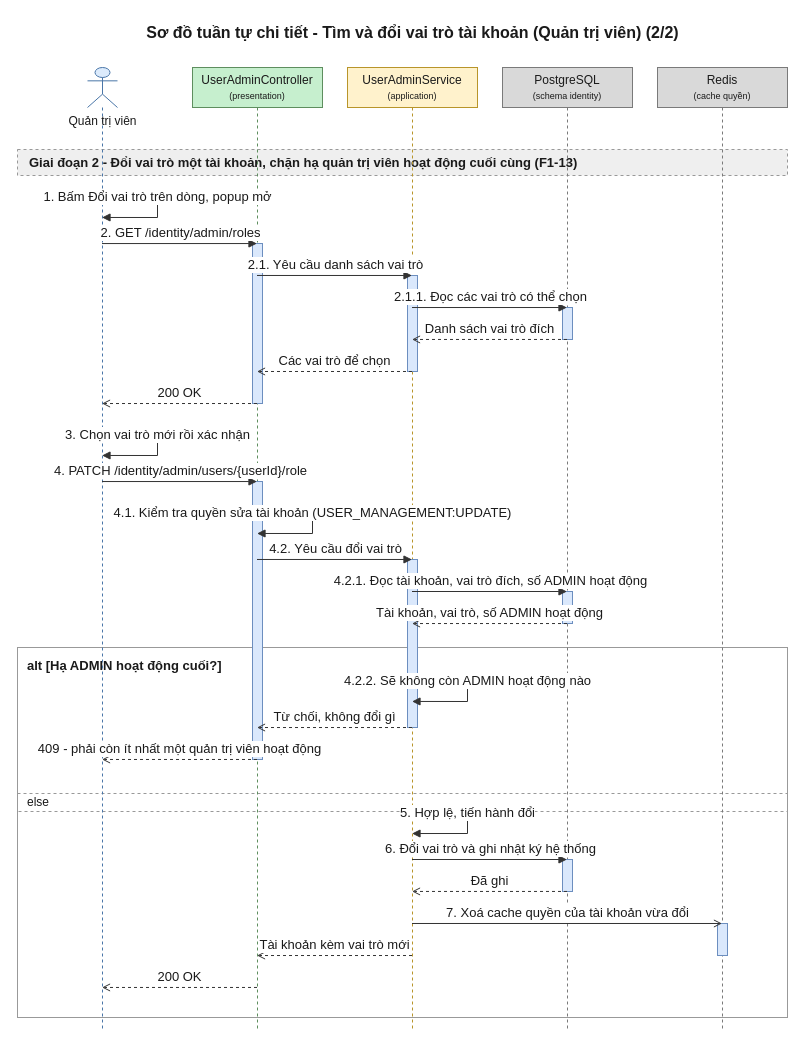
Before: 08-diagram/sequence/admin/sequence_admin_doi_vai_tro_nguoi_dung_p2.drawio in daiphu1801/PRJ_ALGOPREP, a draw.io diagram. Source tidied: cells renumbered, new cells numbered last; positions are measured from the earlier drawing's top-left corner, leaving out a move shared by most shapes. Both pictures are drawn from the tidied source at 100%, with x=0, y=0 at pixel (17, 17).
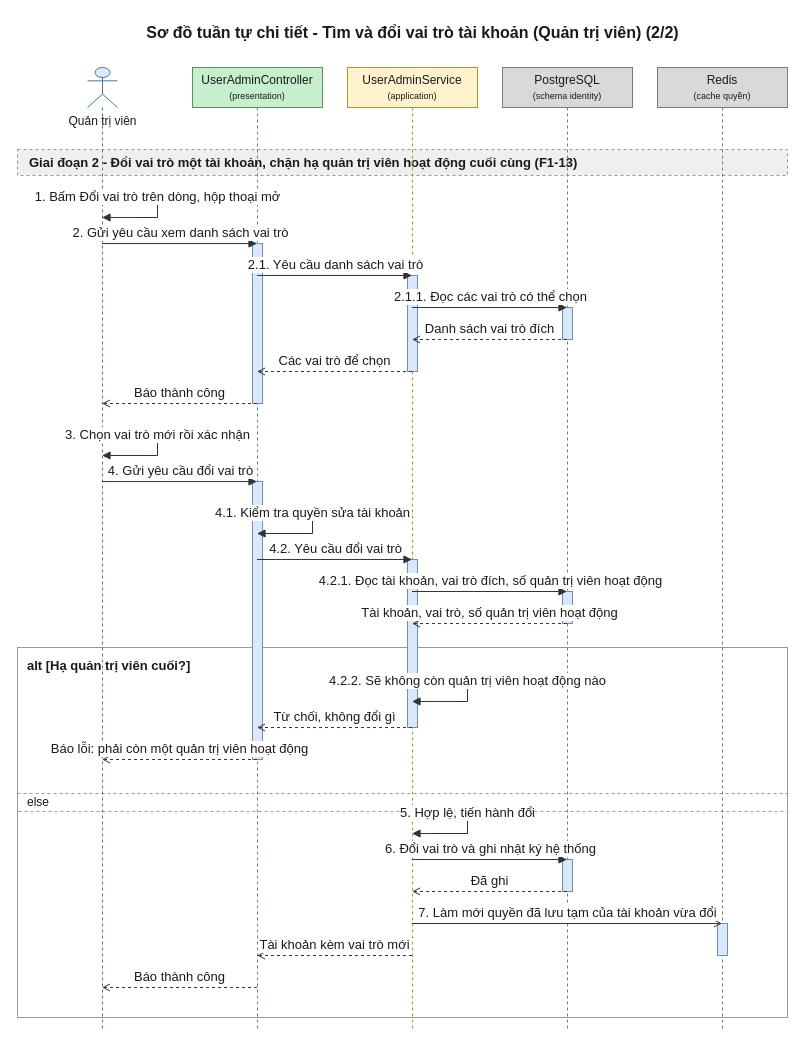
Above is the later version.

Unchanged cells that the change refers to:
```xml
<mxCell id="6" value="Quản trị viên" style="shape=umlLifeline;participant=umlActor;perimeter=lifelinePerimeter;html=1;outlineConnect=0;size=40;verticalAlign=top;spacingTop=40;fillColor=#DCEBFC;strokeColor=#4A76A8;fontColor=#1A1A1A;" parent="1" vertex="1">
  <mxGeometry x="70" y="50" width="30" height="962" as="geometry" />
</mxCell>
<mxCell id="7" value="UserAdminController&lt;br&gt;&lt;font style=&quot;font-size:9px&quot;&gt;(presentation)&lt;/font&gt;" style="shape=umlLifeline;perimeter=lifelinePerimeter;whiteSpace=wrap;html=1;outlineConnect=0;size=40;fillColor=#C6EFCE;strokeColor=#5E8E5E;fontColor=#1A1A1A;" parent="1" vertex="1">
  <mxGeometry x="175" y="50" width="130" height="962" as="geometry" />
</mxCell>
<mxCell id="8" value="UserAdminService&lt;br&gt;&lt;font style=&quot;font-size:9px&quot;&gt;(application)&lt;/font&gt;" style="shape=umlLifeline;perimeter=lifelinePerimeter;whiteSpace=wrap;html=1;outlineConnect=0;size=40;fillColor=#FFF2CC;strokeColor=#B8952A;fontColor=#1A1A1A;" parent="1" vertex="1">
  <mxGeometry x="330" y="50" width="130" height="962" as="geometry" />
</mxCell>
<mxCell id="9" value="PostgreSQL&lt;br&gt;&lt;font style=&quot;font-size:9px&quot;&gt;(schema identity)&lt;/font&gt;" style="shape=umlLifeline;perimeter=lifelinePerimeter;whiteSpace=wrap;html=1;outlineConnect=0;size=40;fillColor=#D9D9D9;strokeColor=#7A7A7A;fontColor=#1A1A1A;" parent="1" vertex="1">
  <mxGeometry x="485" y="50" width="130" height="962" as="geometry" />
</mxCell>
<mxCell id="10" value="Redis&lt;br&gt;&lt;font style=&quot;font-size:9px&quot;&gt;(cache quyền)&lt;/font&gt;" style="shape=umlLifeline;perimeter=lifelinePerimeter;whiteSpace=wrap;html=1;outlineConnect=0;size=40;fillColor=#D9D9D9;strokeColor=#7A7A7A;fontColor=#1A1A1A;" parent="1" vertex="1">
  <mxGeometry x="640" y="50" width="130" height="962" as="geometry" />
</mxCell>
```

What changed in the source:
```diff
@@
-    <mxCell id="3" value="alt [Hạ ADMIN hoạt động cuối?]" style="algoprep=alt;rounded=0;whiteSpace=wrap;html=1;fillColor=none;strokeColor=#999999;verticalAlign=top;align=left;spacingLeft=8;spacingTop=4;fontColor=#1A1A1A;fontSize=13;fontStyle=1;dashed=0;" parent="1" vertex="1">
+    <mxCell id="3" value="alt [Hạ quản trị viên cuối?]" style="algoprep=alt;rounded=0;whiteSpace=wrap;html=1;fillColor=none;strokeColor=#999999;verticalAlign=top;align=left;spacingLeft=8;spacingTop=4;fontColor=#1A1A1A;fontSize=13;fontStyle=1;dashed=0;" parent="1" vertex="1">
       <mxGeometry y="630" width="770" height="370" as="geometry" />
     </mxCell>
@@
-    <mxCell id="19" value="1. Bấm Đổi vai trò trên dòng, popup mở" style="edgeStyle=orthogonalEdgeStyle;rounded=0;html=1;endArrow=block;endFill=1;strokeColor=#333333;fontColor=#1A1A1A;fontSize=13;verticalAlign=bottom;exitX=0.5;exitY=0.1351;exitDx=0;exitDy=0;entryX=0.5;entryY=0.1559;entryDx=0;entryDy=0;" parent="1" edge="1" source="6" target="6">
+    <mxCell id="19" value="1. Bấm Đổi vai trò trên dòng, hộp thoại mở" style="edgeStyle=orthogonalEdgeStyle;rounded=0;html=1;endArrow=block;endFill=1;strokeColor=#333333;fontColor=#1A1A1A;fontSize=13;verticalAlign=bottom;exitX=0.5;exitY=0.1351;exitDx=0;exitDy=0;entryX=0.5;entryY=0.1559;entryDx=0;entryDy=0;" parent="1" edge="1" source="6" target="6">
       <mxGeometry relative="1" as="geometry">
         <Array as="points">
           <mxPoint x="140" y="180" />
           <mxPoint x="140" y="200" />
         </Array>
       </mxGeometry>
     </mxCell>
-    <mxCell id="20" value="2. GET /identity/admin/roles" style="edgeStyle=none;html=1;endArrow=block;endFill=1;strokeColor=#333333;fontColor=#1A1A1A;fontSize=13;verticalAlign=bottom;exitX=0.5;exitY=0.1830;exitDx=0;exitDy=0;entryX=0.5;entryY=0.1830;entryDx=0;entryDy=0;" parent="1" edge="1" source="6" target="7">
+    <mxCell id="20" value="2. Gửi yêu cầu xem danh sách vai trò" style="edgeStyle=none;html=1;endArrow=block;endFill=1;strokeColor=#333333;fontColor=#1A1A1A;fontSize=13;verticalAlign=bottom;exitX=0.5;exitY=0.1830;exitDx=0;exitDy=0;entryX=0.5;entryY=0.1830;entryDx=0;entryDy=0;" parent="1" edge="1" source="6" target="7">
       <mxGeometry relative="1" as="geometry" />
     </mxCell>
@@
-    <mxCell id="25" value="200 OK" style="edgeStyle=none;html=1;endArrow=open;endFill=0;dashed=1;strokeColor=#333333;fontColor=#1A1A1A;fontSize=13;verticalAlign=bottom;exitX=0.5;exitY=0.3493;exitDx=0;exitDy=0;entryX=0.5;entryY=0.3493;entryDx=0;entryDy=0;" parent="1" edge="1" source="7" target="6">
+    <mxCell id="25" value="Báo thành công" style="edgeStyle=none;html=1;endArrow=open;endFill=0;dashed=1;strokeColor=#333333;fontColor=#1A1A1A;fontSize=13;verticalAlign=bottom;exitX=0.5;exitY=0.3493;exitDx=0;exitDy=0;entryX=0.5;entryY=0.3493;entryDx=0;entryDy=0;" parent="1" edge="1" source="7" target="6">
       <mxGeometry relative="1" as="geometry" />
     </mxCell>
@@
-    <mxCell id="27" value="4. PATCH /identity/admin/users/{userId}/role" style="edgeStyle=none;html=1;endArrow=block;endFill=1;strokeColor=#333333;fontColor=#1A1A1A;fontSize=13;verticalAlign=bottom;exitX=0.5;exitY=0.4304;exitDx=0;exitDy=0;entryX=0.5;entryY=0.4304;entryDx=0;entryDy=0;" parent="1" edge="1" source="6" target="7">
+    <mxCell id="27" value="4. Gửi yêu cầu đổi vai trò" style="edgeStyle=none;html=1;endArrow=block;endFill=1;strokeColor=#333333;fontColor=#1A1A1A;fontSize=13;verticalAlign=bottom;exitX=0.5;exitY=0.4304;exitDx=0;exitDy=0;entryX=0.5;entryY=0.4304;entryDx=0;entryDy=0;" parent="1" edge="1" source="6" target="7">
       <mxGeometry relative="1" as="geometry" />
     </mxCell>
-    <mxCell id="28" value="4.1. Kiểm tra quyền sửa tài khoản (USER_MANAGEMENT:UPDATE)" style="edgeStyle=orthogonalEdgeStyle;rounded=0;html=1;endArrow=block;endFill=1;strokeColor=#333333;fontColor=#1A1A1A;fontSize=13;verticalAlign=bottom;exitX=0.5;exitY=0.4636;exitDx=0;exitDy=0;entryX=0.5;entryY=0.4844;entryDx=0;entryDy=0;" parent="1" edge="1" source="7" target="7">
+    <mxCell id="28" value="4.1. Kiểm tra quyền sửa tài khoản" style="edgeStyle=orthogonalEdgeStyle;rounded=0;html=1;endArrow=block;endFill=1;strokeColor=#333333;fontColor=#1A1A1A;fontSize=13;verticalAlign=bottom;exitX=0.5;exitY=0.4636;exitDx=0;exitDy=0;entryX=0.5;entryY=0.4844;entryDx=0;entryDy=0;" parent="1" edge="1" source="7" target="7">
       <mxGeometry relative="1" as="geometry">
         <Array as="points">
           <mxPoint x="295" y="496" />
           <mxPoint x="295" y="516" />
         </Array>
       </mxGeometry>
     </mxCell>
@@
-    <mxCell id="30" value="4.2.1. Đọc tài khoản, vai trò đích, số ADMIN hoạt động" style="edgeStyle=none;html=1;endArrow=block;endFill=1;strokeColor=#333333;fontColor=#1A1A1A;fontSize=13;verticalAlign=bottom;exitX=0.5;exitY=0.5447;exitDx=0;exitDy=0;entryX=0.5;entryY=0.5447;entryDx=0;entryDy=0;" parent="1" edge="1" source="8" target="9">
+    <mxCell id="30" value="4.2.1. Đọc tài khoản, vai trò đích, số quản trị viên hoạt động" style="edgeStyle=none;html=1;endArrow=block;endFill=1;strokeColor=#333333;fontColor=#1A1A1A;fontSize=13;verticalAlign=bottom;exitX=0.5;exitY=0.5447;exitDx=0;exitDy=0;entryX=0.5;entryY=0.5447;entryDx=0;entryDy=0;" parent="1" edge="1" source="8" target="9">
       <mxGeometry relative="1" as="geometry" />
     </mxCell>
-    <mxCell id="31" value="Tài khoản, vai trò, số ADMIN hoạt động" style="edgeStyle=none;html=1;endArrow=open;endFill=0;dashed=1;strokeColor=#333333;fontColor=#1A1A1A;fontSize=13;verticalAlign=bottom;exitX=0.5;exitY=0.5780;exitDx=0;exitDy=0;entryX=0.5;entryY=0.5780;entryDx=0;entryDy=0;" parent="1" edge="1" source="9" target="8">
+    <mxCell id="31" value="Tài khoản, vai trò, số quản trị viên hoạt động" style="edgeStyle=none;html=1;endArrow=open;endFill=0;dashed=1;strokeColor=#333333;fontColor=#1A1A1A;fontSize=13;verticalAlign=bottom;exitX=0.5;exitY=0.5780;exitDx=0;exitDy=0;entryX=0.5;entryY=0.5780;entryDx=0;entryDy=0;" parent="1" edge="1" source="9" target="8">
       <mxGeometry relative="1" as="geometry" />
     </mxCell>
-    <mxCell id="32" value="4.2.2. Sẽ không còn ADMIN hoạt động nào" style="edgeStyle=orthogonalEdgeStyle;rounded=0;html=1;endArrow=block;endFill=1;strokeColor=#333333;fontColor=#1A1A1A;fontSize=13;verticalAlign=bottom;exitX=0.5;exitY=0.6383;exitDx=0;exitDy=0;entryX=0.5;entryY=0.6590;entryDx=0;entryDy=0;" parent="1" edge="1" source="8" target="8">
+    <mxCell id="32" value="4.2.2. Sẽ không còn quản trị viên hoạt động nào" style="edgeStyle=orthogonalEdgeStyle;rounded=0;html=1;endArrow=block;endFill=1;strokeColor=#333333;fontColor=#1A1A1A;fontSize=13;verticalAlign=bottom;exitX=0.5;exitY=0.6383;exitDx=0;exitDy=0;entryX=0.5;entryY=0.6590;entryDx=0;entryDy=0;" parent="1" edge="1" source="8" target="8">
       <mxGeometry relative="1" as="geometry">
         <Array as="points">
           <mxPoint x="450" y="664" />
           <mxPoint x="450" y="684" />
         </Array>
       </mxGeometry>
     </mxCell>
@@
-    <mxCell id="34" value="409 - phải còn ít nhất một quản trị viên hoạt động" style="edgeStyle=none;html=1;endArrow=open;endFill=0;dashed=1;strokeColor=#333333;fontColor=#1A1A1A;fontSize=13;verticalAlign=bottom;exitX=0.5;exitY=0.7193;exitDx=0;exitDy=0;entryX=0.5;entryY=0.7193;entryDx=0;entryDy=0;" parent="1" edge="1" source="7" target="6">
+    <mxCell id="34" value="Báo lỗi: phải còn một quản trị viên hoạt động" style="edgeStyle=none;html=1;endArrow=open;endFill=0;dashed=1;strokeColor=#333333;fontColor=#1A1A1A;fontSize=13;verticalAlign=bottom;exitX=0.5;exitY=0.7193;exitDx=0;exitDy=0;entryX=0.5;entryY=0.7193;entryDx=0;entryDy=0;" parent="1" edge="1" source="7" target="6">
       <mxGeometry relative="1" as="geometry" />
     </mxCell>
@@
-    <mxCell id="38" value="7. Xoá cache quyền của tài khoản vừa đổi" style="edgeStyle=none;html=1;endArrow=open;endFill=0;strokeColor=#333333;fontColor=#1A1A1A;fontSize=13;verticalAlign=bottom;exitX=0.5;exitY=0.8898;exitDx=0;exitDy=0;entryX=0.5;entryY=0.8898;entryDx=0;entryDy=0;" parent="1" edge="1" source="8" target="10">
+    <mxCell id="38" value="7. Làm mới quyền đã lưu tạm của tài khoản vừa đổi" style="edgeStyle=none;html=1;endArrow=open;endFill=0;strokeColor=#333333;fontColor=#1A1A1A;fontSize=13;verticalAlign=bottom;exitX=0.5;exitY=0.8898;exitDx=0;exitDy=0;entryX=0.5;entryY=0.8898;entryDx=0;entryDy=0;" parent="1" edge="1" source="8" target="10">
       <mxGeometry relative="1" as="geometry" />
     </mxCell>
@@
-    <mxCell id="40" value="200 OK" style="edgeStyle=none;html=1;endArrow=open;endFill=0;dashed=1;strokeColor=#333333;fontColor=#1A1A1A;fontSize=13;verticalAlign=bottom;exitX=0.5;exitY=0.9563;exitDx=0;exitDy=0;entryX=0.5;entryY=0.9563;entryDx=0;entryDy=0;" parent="1" edge="1" source="7" target="6">
+    <mxCell id="40" value="Báo thành công" style="edgeStyle=none;html=1;endArrow=open;endFill=0;dashed=1;strokeColor=#333333;fontColor=#1A1A1A;fontSize=13;verticalAlign=bottom;exitX=0.5;exitY=0.9563;exitDx=0;exitDy=0;entryX=0.5;entryY=0.9563;entryDx=0;entryDy=0;" parent="1" edge="1" source="7" target="6">
       <mxGeometry relative="1" as="geometry" />
     </mxCell>
```
